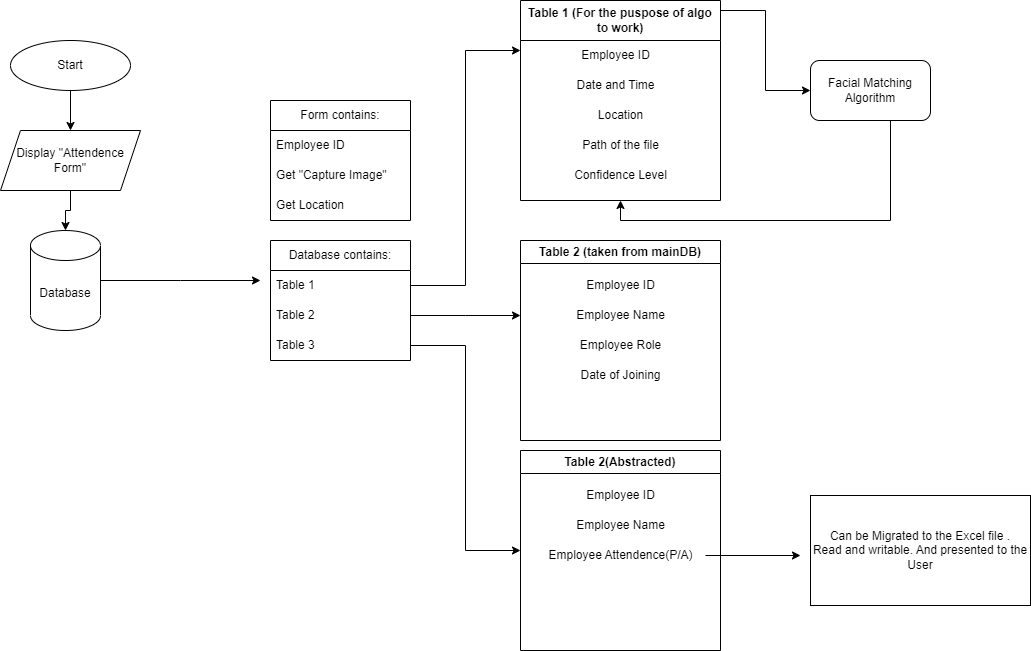
Above: ERP_Attendence.png in se2-mishra/IBSL_ERP_Project (draw.io), before the change. Source tidied: cells renumbered, new cells last; positions are measured from the earlier drawing's top-left corner, leaving out a move shared by most shapes. The source it was exported from:
```xml
<mxGraphModel>
  <root>
    <mxCell id="0" />
    <mxCell id="1" parent="0" />
    <mxCell id="2" style="edgeStyle=orthogonalEdgeStyle;rounded=0;jettySize=auto;html=1;entryX=0.5;entryY=0;entryDx=0;entryDy=0;" parent="1" edge="1" source="3" target="5">
      <mxGeometry relative="1" as="geometry" />
    </mxCell>
    <mxCell id="3" value="Start" style="ellipse;whiteSpace=wrap;html=1;" parent="1" vertex="1">
      <mxGeometry x="10" y="40" width="120" height="50" as="geometry" />
    </mxCell>
    <mxCell id="4" style="edgeStyle=orthogonalEdgeStyle;rounded=0;jettySize=auto;html=1;entryX=0.5;entryY=0;entryDx=0;entryDy=0;entryPerimeter=0;" parent="1" edge="1" source="5" target="11">
      <mxGeometry relative="1" as="geometry" />
    </mxCell>
    <mxCell id="5" value="Display &quot;Attendence Form&quot;" style="shape=parallelogram;perimeter=parallelogramPerimeter;whiteSpace=wrap;html=1;fixedSize=1;" parent="1" vertex="1">
      <mxGeometry y="130" width="140" height="60" as="geometry" />
    </mxCell>
    <mxCell id="6" value="Form contains:" style="swimlane;fontStyle=0;horizontal=1;startSize=30;whiteSpace=wrap;html=1;" parent="1" vertex="1">
      <mxGeometry x="270" y="100" width="140" height="120" as="geometry" />
    </mxCell>
    <mxCell id="7" value="Employee ID" style="text;strokeColor=none;fillColor=none;align=left;verticalAlign=middle;spacingLeft=4;spacingRight=4;overflow=hidden;whiteSpace=wrap;html=1;" parent="6" vertex="1">
      <mxGeometry y="30" width="140" height="30" as="geometry" />
    </mxCell>
    <mxCell id="8" value="Get &quot;Capture Image&quot;" style="text;strokeColor=none;fillColor=none;align=left;verticalAlign=middle;spacingLeft=4;spacingRight=4;overflow=hidden;whiteSpace=wrap;html=1;" parent="6" vertex="1">
      <mxGeometry y="60" width="140" height="30" as="geometry" />
    </mxCell>
    <mxCell id="9" value="Get Location" style="text;strokeColor=none;fillColor=none;align=left;verticalAlign=middle;spacingLeft=4;spacingRight=4;overflow=hidden;points=[[0,0.5],[1,0.5]];portConstraint=eastwest;whiteSpace=wrap;html=1;" parent="6" vertex="1">
      <mxGeometry y="90" width="140" height="30" as="geometry" />
    </mxCell>
    <mxCell id="10" style="edgeStyle=orthogonalEdgeStyle;rounded=0;jettySize=auto;html=1;" parent="1" edge="1" source="11">
      <mxGeometry relative="1" as="geometry">
        <mxPoint x="260" y="280" as="targetPoint" />
      </mxGeometry>
    </mxCell>
    <mxCell id="11" value="Database" style="shape=cylinder3;whiteSpace=wrap;html=1;boundedLbl=1;backgroundOutline=1;size=15;" parent="1" vertex="1">
      <mxGeometry x="30" y="230" width="70" height="100" as="geometry" />
    </mxCell>
    <mxCell id="12" value="Database contains:" style="swimlane;fontStyle=0;horizontal=1;startSize=30;whiteSpace=wrap;html=1;" parent="1" vertex="1">
      <mxGeometry x="270" y="240" width="140" height="120" as="geometry" />
    </mxCell>
    <mxCell id="13" value="Table 1" style="text;strokeColor=none;fillColor=none;align=left;verticalAlign=middle;spacingLeft=4;spacingRight=4;overflow=hidden;points=[[0,0.5],[1,0.5]];portConstraint=eastwest;whiteSpace=wrap;html=1;" parent="12" vertex="1">
      <mxGeometry y="30" width="140" height="30" as="geometry" />
    </mxCell>
    <mxCell id="14" style="edgeStyle=orthogonalEdgeStyle;rounded=0;jettySize=auto;html=1;" parent="12" edge="1" source="15">
      <mxGeometry relative="1" as="geometry">
        <mxPoint x="250" y="75" as="targetPoint" />
      </mxGeometry>
    </mxCell>
    <mxCell id="15" value="Table 2" style="text;strokeColor=none;fillColor=none;align=left;verticalAlign=middle;spacingLeft=4;spacingRight=4;overflow=hidden;points=[[0,0.5],[1,0.5]];portConstraint=eastwest;whiteSpace=wrap;html=1;" parent="12" vertex="1">
      <mxGeometry y="60" width="140" height="30" as="geometry" />
    </mxCell>
    <mxCell id="16" value="Table 3" style="text;strokeColor=none;fillColor=none;align=left;verticalAlign=middle;spacingLeft=4;spacingRight=4;overflow=hidden;points=[[0,0.5],[1,0.5]];portConstraint=eastwest;whiteSpace=wrap;html=1;" parent="12" vertex="1">
      <mxGeometry y="90" width="140" height="30" as="geometry" />
    </mxCell>
    <mxCell id="17" style="edgeStyle=orthogonalEdgeStyle;rounded=0;jettySize=auto;html=1;" parent="1" edge="1" source="18" target="38">
      <mxGeometry relative="1" as="geometry">
        <Array as="points">
          <mxPoint x="765" y="10" />
          <mxPoint x="765" y="90" />
        </Array>
      </mxGeometry>
    </mxCell>
    <mxCell id="18" value="Table 1 (For the puspose of algo to work)" style="swimlane;whiteSpace=wrap;html=1;startSize=40;" parent="1" vertex="1">
      <mxGeometry x="520" width="200" height="200" as="geometry" />
    </mxCell>
    <mxCell id="19" value="Employee ID" style="text;html=1;align=center;verticalAlign=middle;strokeColor=none;fillColor=none;" parent="18" vertex="1">
      <mxGeometry x="50" y="40" width="90" height="30" as="geometry" />
    </mxCell>
    <mxCell id="20" value="Date and Time" style="text;html=1;align=center;verticalAlign=middle;strokeColor=none;fillColor=none;" parent="18" vertex="1">
      <mxGeometry x="45" y="70" width="100" height="30" as="geometry" />
    </mxCell>
    <mxCell id="21" value="Location" style="text;html=1;align=center;verticalAlign=middle;strokeColor=none;fillColor=none;" parent="18" vertex="1">
      <mxGeometry x="65" y="100" width="70" height="30" as="geometry" />
    </mxCell>
    <mxCell id="22" value="Path of the file" style="text;html=1;align=center;verticalAlign=middle;strokeColor=none;fillColor=none;" parent="18" vertex="1">
      <mxGeometry x="50" y="130" width="100" height="30" as="geometry" />
    </mxCell>
    <mxCell id="23" value="Confidence Level" style="text;html=1;align=center;verticalAlign=middle;strokeColor=none;fillColor=none;" parent="18" vertex="1">
      <mxGeometry x="40" y="160" width="120" height="30" as="geometry" />
    </mxCell>
    <mxCell id="24" value="Table 2 (taken from mainDB)" style="swimlane;whiteSpace=wrap;html=1;" parent="1" vertex="1">
      <mxGeometry x="520" y="240" width="200" height="200" as="geometry" />
    </mxCell>
    <mxCell id="25" value="Employee ID" style="text;html=1;align=center;verticalAlign=middle;strokeColor=none;fillColor=none;" parent="24" vertex="1">
      <mxGeometry x="55" y="30" width="90" height="30" as="geometry" />
    </mxCell>
    <mxCell id="26" value="Employee Name" style="text;html=1;align=center;verticalAlign=middle;strokeColor=none;fillColor=none;" parent="24" vertex="1">
      <mxGeometry x="45" y="60" width="110" height="30" as="geometry" />
    </mxCell>
    <mxCell id="27" value="Employee Role" style="text;html=1;align=center;verticalAlign=middle;strokeColor=none;fillColor=none;" parent="24" vertex="1">
      <mxGeometry x="50" y="90" width="100" height="30" as="geometry" />
    </mxCell>
    <mxCell id="28" value="Date of Joining" style="text;html=1;align=center;verticalAlign=middle;strokeColor=none;fillColor=none;" parent="24" vertex="1">
      <mxGeometry x="50" y="120" width="100" height="30" as="geometry" />
    </mxCell>
    <mxCell id="29" value="Table 2(Abstracted)" style="swimlane;whiteSpace=wrap;html=1;" parent="1" vertex="1">
      <mxGeometry x="520" y="450" width="200" height="200" as="geometry" />
    </mxCell>
    <mxCell id="30" value="Employee ID" style="text;html=1;align=center;verticalAlign=middle;strokeColor=none;fillColor=none;" parent="29" vertex="1">
      <mxGeometry x="55" y="30" width="90" height="30" as="geometry" />
    </mxCell>
    <mxCell id="31" value="Employee Name" style="text;html=1;align=center;verticalAlign=middle;strokeColor=none;fillColor=none;" parent="29" vertex="1">
      <mxGeometry x="45" y="60" width="110" height="30" as="geometry" />
    </mxCell>
    <mxCell id="32" style="edgeStyle=orthogonalEdgeStyle;rounded=0;jettySize=auto;html=1;" parent="29" edge="1" source="33">
      <mxGeometry relative="1" as="geometry">
        <mxPoint x="280" y="105" as="targetPoint" />
      </mxGeometry>
    </mxCell>
    <mxCell id="33" value="Employee Attendence(P/A)" style="text;html=1;align=center;verticalAlign=middle;points=[];strokeColor=none;fillColor=none;" parent="29" vertex="1">
      <mxGeometry x="15" y="90" width="170" height="30" as="geometry" />
    </mxCell>
    <mxCell id="34" style="edgeStyle=orthogonalEdgeStyle;rounded=0;jettySize=auto;html=1;entryX=0;entryY=0.25;entryDx=0;entryDy=0;" parent="1" edge="1" source="13" target="18">
      <mxGeometry relative="1" as="geometry" />
    </mxCell>
    <mxCell id="35" style="edgeStyle=orthogonalEdgeStyle;rounded=0;jettySize=auto;html=1;entryX=0;entryY=0.5;entryDx=0;entryDy=0;" parent="1" edge="1" source="16" target="29">
      <mxGeometry relative="1" as="geometry" />
    </mxCell>
    <mxCell id="36" value="Can be Migrated to the Excel file .&lt;br&gt;Read and writable. And presented to the User" style="rounded=0;whiteSpace=wrap;html=1;" parent="1" vertex="1">
      <mxGeometry x="810" y="495" width="220" height="110" as="geometry" />
    </mxCell>
    <mxCell id="37" style="edgeStyle=orthogonalEdgeStyle;rounded=0;jettySize=auto;html=1;entryX=0.5;entryY=1;entryDx=0;entryDy=0;" parent="1" edge="1" source="38" target="18">
      <mxGeometry relative="1" as="geometry">
        <Array as="points">
          <mxPoint x="890" y="220" />
          <mxPoint x="620" y="220" />
        </Array>
      </mxGeometry>
    </mxCell>
    <mxCell id="38" value="Facial Matching Algorithm" style="rounded=1;whiteSpace=wrap;html=1;" parent="1" vertex="1">
      <mxGeometry x="810" y="60" width="120" height="60" as="geometry" />
    </mxCell>
  </root>
</mxGraphModel>
```
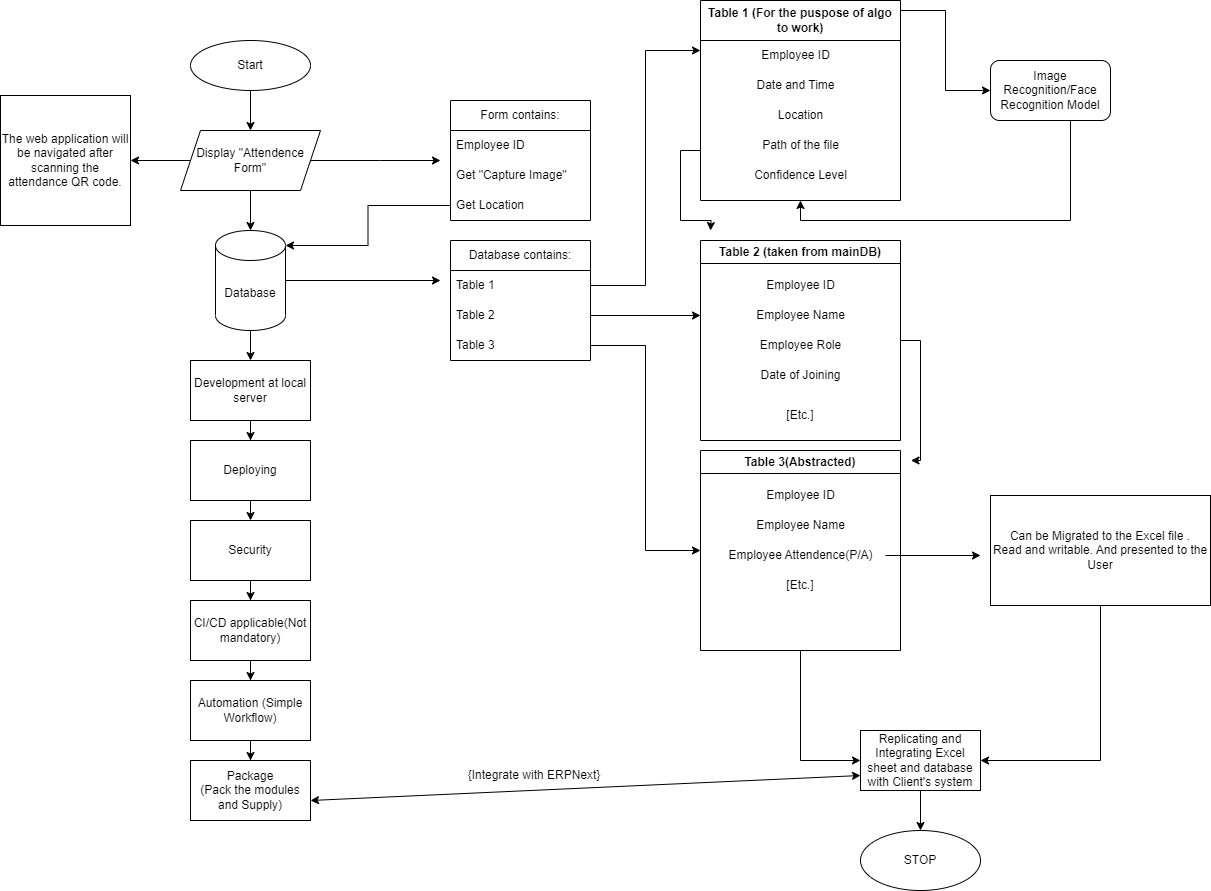
Above is the later version.

Change to the diagram source:
```diff
@@ -11,6 +11,14 @@
     <mxCell id="4" style="edgeStyle=orthogonalEdgeStyle;rounded=0;jettySize=auto;html=1;entryX=0.5;entryY=0;entryDx=0;entryDy=0;entryPerimeter=0;" parent="1" edge="1" source="5" target="11">
       <mxGeometry relative="1" as="geometry" />
     </mxCell>
+    <mxCell id="39" style="edgeStyle=orthogonalEdgeStyle;rounded=0;jettySize=auto;html=1;" parent="1" edge="1" source="5" target="48">
+      <mxGeometry relative="1" as="geometry" />
+    </mxCell>
+    <mxCell id="40" style="edgeStyle=orthogonalEdgeStyle;rounded=0;jettySize=auto;html=1;" parent="1" edge="1" source="5">
+      <mxGeometry relative="1" as="geometry">
+        <mxPoint x="260" y="160" as="targetPoint" />
+      </mxGeometry>
+    </mxCell>
     <mxCell id="5" value="Display &quot;Attendence Form&quot;" style="shape=parallelogram;perimeter=parallelogramPerimeter;whiteSpace=wrap;html=1;fixedSize=1;" parent="1" vertex="1">
       <mxGeometry y="130" width="140" height="60" as="geometry" />
     </mxCell>
@@ -31,8 +39,11 @@
         <mxPoint x="260" y="280" as="targetPoint" />
       </mxGeometry>
     </mxCell>
+    <mxCell id="41" style="edgeStyle=orthogonalEdgeStyle;rounded=0;jettySize=auto;html=1;entryX=0.5;entryY=0;entryDx=0;entryDy=0;" parent="1" edge="1" source="11" target="54">
+      <mxGeometry relative="1" as="geometry" />
+    </mxCell>
     <mxCell id="11" value="Database" style="shape=cylinder3;whiteSpace=wrap;html=1;boundedLbl=1;backgroundOutline=1;size=15;" parent="1" vertex="1">
-      <mxGeometry x="30" y="230" width="70" height="100" as="geometry" />
+      <mxGeometry x="35" y="230" width="70" height="100" as="geometry" />
     </mxCell>
     <mxCell id="12" value="Database contains:" style="swimlane;fontStyle=0;horizontal=1;startSize=30;whiteSpace=wrap;html=1;" parent="1" vertex="1">
       <mxGeometry x="270" y="240" width="140" height="120" as="geometry" />
@@ -59,6 +70,11 @@
         </Array>
       </mxGeometry>
     </mxCell>
+    <mxCell id="42" style="edgeStyle=orthogonalEdgeStyle;rounded=0;jettySize=auto;html=1;exitX=0;exitY=0.75;exitDx=0;exitDy=0;" parent="1" edge="1" source="18">
+      <mxGeometry relative="1" as="geometry">
+        <mxPoint x="530" y="230" as="targetPoint" />
+      </mxGeometry>
+    </mxCell>
     <mxCell id="18" value="Table 1 (For the puspose of algo to work)" style="swimlane;whiteSpace=wrap;html=1;startSize=40;" parent="1" vertex="1">
       <mxGeometry x="520" width="200" height="200" as="geometry" />
     </mxCell>
@@ -77,6 +93,11 @@
     <mxCell id="23" value="Confidence Level" style="text;html=1;align=center;verticalAlign=middle;strokeColor=none;fillColor=none;" parent="18" vertex="1">
       <mxGeometry x="40" y="160" width="120" height="30" as="geometry" />
     </mxCell>
+    <mxCell id="43" style="edgeStyle=orthogonalEdgeStyle;rounded=0;jettySize=auto;html=1;" parent="1" edge="1" source="24">
+      <mxGeometry relative="1" as="geometry">
+        <mxPoint x="730" y="460" as="targetPoint" />
+      </mxGeometry>
+    </mxCell>
     <mxCell id="24" value="Table 2 (taken from mainDB)" style="swimlane;whiteSpace=wrap;html=1;" parent="1" vertex="1">
       <mxGeometry x="520" y="240" width="200" height="200" as="geometry" />
     </mxCell>
@@ -92,7 +113,13 @@
     <mxCell id="28" value="Date of Joining" style="text;html=1;align=center;verticalAlign=middle;strokeColor=none;fillColor=none;" parent="24" vertex="1">
       <mxGeometry x="50" y="120" width="100" height="30" as="geometry" />
     </mxCell>
+    <mxCell id="44" value="[Etc.]" style="text;html=1;strokeColor=none;fillColor=none;align=center;verticalAlign=middle;whiteSpace=wrap;rounded=0;" parent="24" vertex="1">
+      <mxGeometry x="70" y="160" width="60" height="30" as="geometry" />
+    </mxCell>
+    <mxCell id="45" style="edgeStyle=orthogonalEdgeStyle;rounded=0;jettySize=auto;html=1;entryX=0;entryY=0.5;entryDx=0;entryDy=0;" parent="1" edge="1" source="29" target="51">
+      <mxGeometry relative="1" as="geometry" />
+    </mxCell>
-    <mxCell id="29" value="Table 2(Abstracted)" style="swimlane;whiteSpace=wrap;html=1;" parent="1" vertex="1">
+    <mxCell id="29" value="Table 3(Abstracted)" style="swimlane;whiteSpace=wrap;html=1;" parent="1" vertex="1">
       <mxGeometry x="520" y="450" width="200" height="200" as="geometry" />
     </mxCell>
     <mxCell id="30" value="Employee ID" style="text;html=1;align=center;verticalAlign=middle;strokeColor=none;fillColor=none;" parent="29" vertex="1">
@@ -109,12 +136,22 @@
     <mxCell id="33" value="Employee Attendence(P/A)" style="text;html=1;align=center;verticalAlign=middle;points=[];strokeColor=none;fillColor=none;" parent="29" vertex="1">
       <mxGeometry x="15" y="90" width="170" height="30" as="geometry" />
     </mxCell>
+    <mxCell id="46" value="[Etc.]" style="text;html=1;strokeColor=none;fillColor=none;align=center;verticalAlign=middle;whiteSpace=wrap;rounded=0;" parent="29" vertex="1">
+      <mxGeometry x="70" y="120" width="60" height="30" as="geometry" />
+    </mxCell>
     <mxCell id="34" style="edgeStyle=orthogonalEdgeStyle;rounded=0;jettySize=auto;html=1;entryX=0;entryY=0.25;entryDx=0;entryDy=0;" parent="1" edge="1" source="13" target="18">
       <mxGeometry relative="1" as="geometry" />
     </mxCell>
     <mxCell id="35" style="edgeStyle=orthogonalEdgeStyle;rounded=0;jettySize=auto;html=1;entryX=0;entryY=0.5;entryDx=0;entryDy=0;" parent="1" edge="1" source="16" target="29">
       <mxGeometry relative="1" as="geometry" />
     </mxCell>
+    <mxCell id="47" style="edgeStyle=orthogonalEdgeStyle;rounded=0;jettySize=auto;html=1;entryX=1;entryY=0.5;entryDx=0;entryDy=0;entryPerimeter=0;" parent="1" edge="1" source="36" target="51">
+      <mxGeometry relative="1" as="geometry">
+        <Array as="points">
+          <mxPoint x="920" y="760" />
+        </Array>
+      </mxGeometry>
+    </mxCell>
     <mxCell id="36" value="Can be Migrated to the Excel file .&lt;br&gt;Read and writable. And presented to the User" style="rounded=0;whiteSpace=wrap;html=1;" parent="1" vertex="1">
       <mxGeometry x="810" y="495" width="220" height="110" as="geometry" />
     </mxCell>
@@ -126,8 +163,64 @@
         </Array>
       </mxGeometry>
     </mxCell>
-    <mxCell id="38" value="Facial Matching Algorithm" style="rounded=1;whiteSpace=wrap;html=1;" parent="1" vertex="1">
+    <mxCell id="38" value="Image Recognition/Face Recognition Model" style="rounded=1;whiteSpace=wrap;html=1;" parent="1" vertex="1">
       <mxGeometry x="810" y="60" width="120" height="60" as="geometry" />
     </mxCell>
+    <mxCell id="48" value="The web application will be navigated after scanning the attendance QR code." style="whiteSpace=wrap;html=1;" parent="1" vertex="1">
+      <mxGeometry x="-180" y="95" width="130" height="130" as="geometry" />
+    </mxCell>
+    <mxCell id="49" style="edgeStyle=orthogonalEdgeStyle;rounded=0;jettySize=auto;html=1;entryX=1;entryY=0;entryDx=0;entryDy=15;entryPerimeter=0;" parent="1" edge="1" source="9" target="11">
+      <mxGeometry relative="1" as="geometry" />
+    </mxCell>
+    <mxCell id="50" style="edgeStyle=orthogonalEdgeStyle;rounded=0;jettySize=auto;html=1;entryX=0.5;entryY=0;entryDx=0;entryDy=0;" parent="1" edge="1" source="51" target="52">
+      <mxGeometry relative="1" as="geometry" />
+    </mxCell>
+    <mxCell id="51" value="Replicating and Integrating Excel sheet and database with Client's system" style="rounded=0;whiteSpace=wrap;html=1;" parent="1" vertex="1">
+      <mxGeometry x="680" y="730" width="120" height="60" as="geometry" />
+    </mxCell>
+    <mxCell id="52" value="STOP" style="ellipse;whiteSpace=wrap;html=1;" parent="1" vertex="1">
+      <mxGeometry x="680" y="830" width="120" height="60" as="geometry" />
+    </mxCell>
+    <mxCell id="53" style="edgeStyle=orthogonalEdgeStyle;rounded=0;jettySize=auto;html=1;entryX=0.5;entryY=0;entryDx=0;entryDy=0;" parent="1" edge="1" source="54" target="56">
+      <mxGeometry relative="1" as="geometry" />
+    </mxCell>
+    <mxCell id="54" value="Development at local server" style="rounded=0;whiteSpace=wrap;html=1;" parent="1" vertex="1">
+      <mxGeometry x="10" y="360" width="120" height="60" as="geometry" />
+    </mxCell>
+    <mxCell id="55" style="edgeStyle=orthogonalEdgeStyle;rounded=0;jettySize=auto;html=1;exitX=0.5;exitY=1;exitDx=0;exitDy=0;entryX=0.5;entryY=0;entryDx=0;entryDy=0;" parent="1" edge="1" source="56" target="58">
+      <mxGeometry relative="1" as="geometry" />
+    </mxCell>
+    <mxCell id="56" value="Deploying" style="rounded=0;whiteSpace=wrap;html=1;" parent="1" vertex="1">
+      <mxGeometry x="10" y="440" width="120" height="60" as="geometry" />
+    </mxCell>
+    <mxCell id="57" style="edgeStyle=orthogonalEdgeStyle;rounded=0;jettySize=auto;html=1;entryX=0.5;entryY=0;entryDx=0;entryDy=0;" parent="1" edge="1" source="58" target="60">
+      <mxGeometry relative="1" as="geometry" />
+    </mxCell>
+    <mxCell id="58" value="Security" style="rounded=0;whiteSpace=wrap;html=1;" parent="1" vertex="1">
+      <mxGeometry x="10" y="520" width="120" height="60" as="geometry" />
+    </mxCell>
+    <mxCell id="59" style="edgeStyle=orthogonalEdgeStyle;rounded=0;jettySize=auto;html=1;entryX=0.5;entryY=0;entryDx=0;entryDy=0;" parent="1" edge="1" source="60" target="62">
+      <mxGeometry relative="1" as="geometry" />
+    </mxCell>
+    <mxCell id="60" value="CI/CD applicable(Not mandatory)" style="rounded=0;whiteSpace=wrap;html=1;" parent="1" vertex="1">
+      <mxGeometry x="10" y="600" width="120" height="60" as="geometry" />
+    </mxCell>
+    <mxCell id="61" style="edgeStyle=orthogonalEdgeStyle;rounded=0;jettySize=auto;html=1;entryX=0.5;entryY=0;entryDx=0;entryDy=0;" parent="1" edge="1" source="62" target="63">
+      <mxGeometry relative="1" as="geometry" />
+    </mxCell>
+    <mxCell id="62" value="Automation (Simple Workflow)" style="rounded=0;whiteSpace=wrap;html=1;" parent="1" vertex="1">
+      <mxGeometry x="10" y="680" width="120" height="60" as="geometry" />
+    </mxCell>
+    <mxCell id="63" value="Package&lt;br&gt;(Pack the modules and Supply)" style="rounded=0;whiteSpace=wrap;html=1;" parent="1" vertex="1">
+      <mxGeometry x="10" y="760" width="120" height="60" as="geometry" />
+    </mxCell>
+    <mxCell id="64" style="endArrow=classic;startArrow=classic;html=1;rounded=0;entryX=0;entryY=0.75;entryDx=0;entryDy=0;" parent="1" edge="1" target="51">
+      <mxGeometry relative="1" as="geometry">
+        <mxPoint x="130" y="800" as="sourcePoint" />
+      </mxGeometry>
+    </mxCell>
+    <mxCell id="65" value="{Integrate with ERPNext}" style="text;html=1;strokeColor=none;fillColor=none;align=center;verticalAlign=middle;whiteSpace=wrap;rounded=0;" parent="1" vertex="1">
+      <mxGeometry x="244" y="760" width="220" height="30" as="geometry" />
+    </mxCell>
   </root>
 </mxGraphModel>
```
